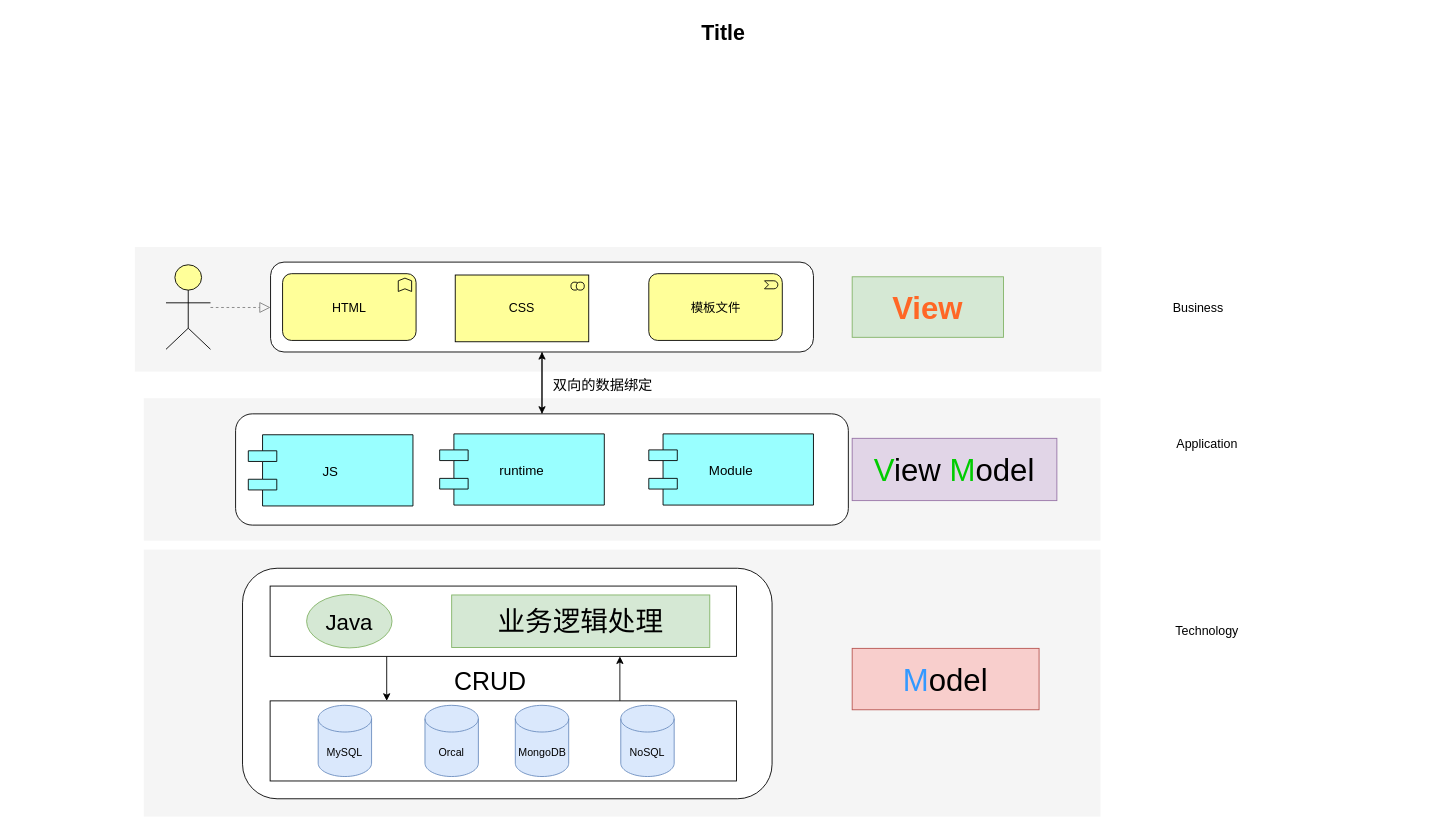
The draw.io diagram 未命名绘图.drawio in Carlotte-yi/resolve, before the edit. Source tidied: cells renumbered, new cells numbered last; positions are measured from the earlier drawing's top-left corner, leaving out a move shared by most shapes. Both pictures are drawn from the tidied source at 89%, with x=0, y=0 at pixel (15, 15).
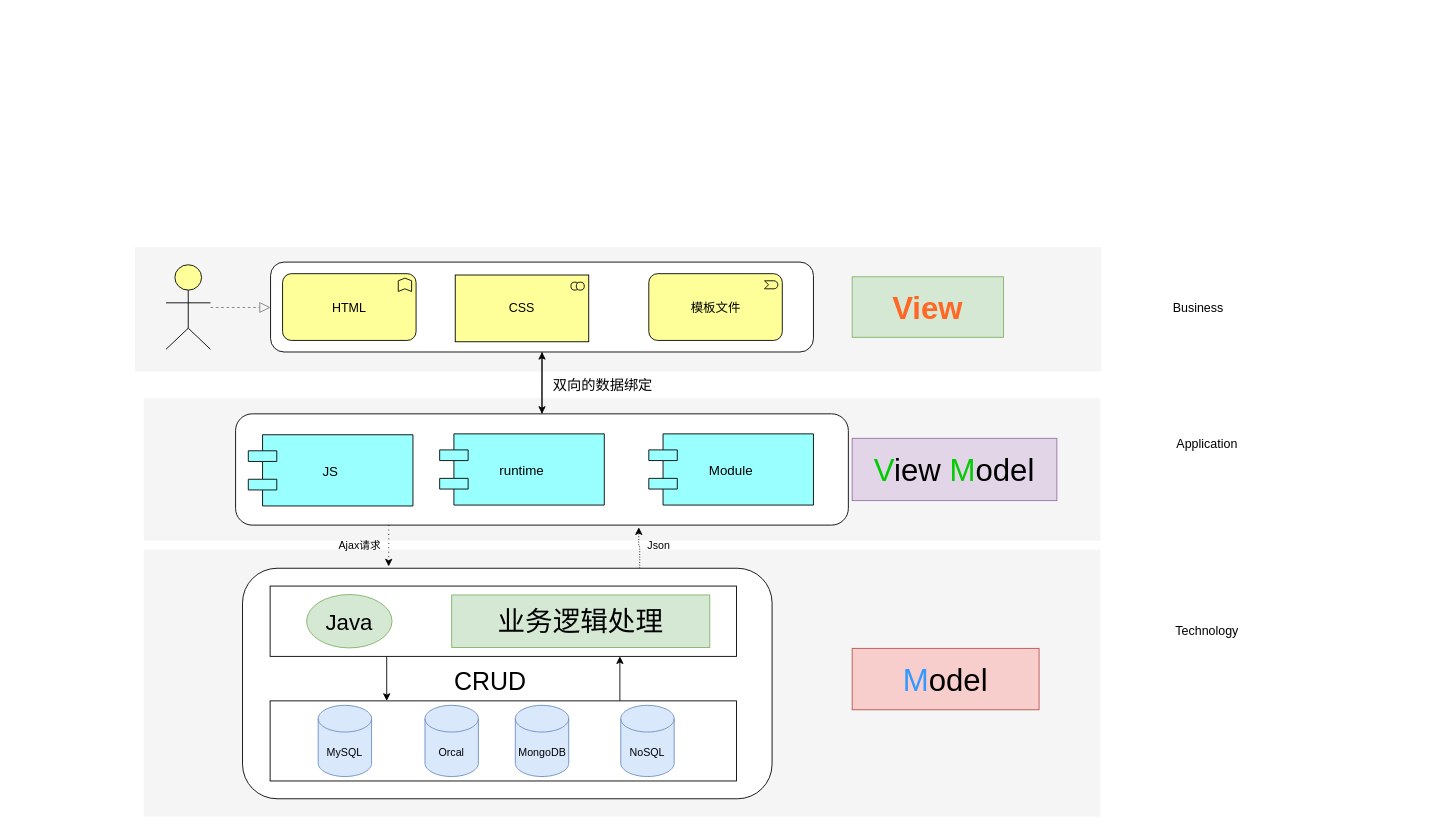
After the change.

Commit message:
更新未命名绘图.drawio

Unchanged cells that the change refers to:
```xml
<mxCell id="6" style="rounded=1;whiteSpace=wrap;html=1;glass=0;" parent="1" vertex="1">
  <mxGeometry x="247.2" y="447.5" width="688.5" height="125" as="geometry" />
</mxCell>
<mxCell id="24" style="rounded=1;whiteSpace=wrap;html=1;" parent="1" vertex="1">
  <mxGeometry x="255" y="621" width="595" height="259" as="geometry" />
</mxCell>
```

What changed in the source:
```diff
@@
+    <mxCell id="37" style="edgeStyle=orthogonalEdgeStyle;rounded=0;jettySize=auto;html=1;exitX=0.25;exitY=1;exitDx=0;exitDy=0;entryX=0.276;entryY=-0.008;entryDx=0;entryDy=0;entryPerimeter=0;dashed=1;dashPattern=1 4;" parent="1" edge="1" source="6" target="24">
+      <mxGeometry relative="1" as="geometry" />
+    </mxCell>
@@
-    <mxCell id="15" value="Title" style="text;strokeColor=none;fillColor=none;html=1;fontSize=24;fontStyle=1;verticalAlign=middle;align=center;" parent="1" vertex="1">
-      <mxGeometry width="1590" height="40" as="geometry" />
-    </mxCell>
@@
+    <mxCell id="38" style="edgeStyle=orthogonalEdgeStyle;rounded=0;jettySize=auto;html=1;exitX=0.75;exitY=0;exitDx=0;exitDy=0;entryX=0.658;entryY=1.02;entryDx=0;entryDy=0;entryPerimeter=0;dashed=1;dashPattern=1 2;" parent="1" edge="1" source="24" target="6">
+      <mxGeometry relative="1" as="geometry" />
+    </mxCell>
@@
+    <mxCell id="39" value="Ajax请求" style="text;html=1;strokeColor=none;fillColor=none;align=center;verticalAlign=middle;whiteSpace=wrap;rounded=0;" parent="1" vertex="1">
+      <mxGeometry x="357" y="581" width="60" height="30" as="geometry" />
+    </mxCell>
+    <mxCell id="40" value="Json" style="text;html=1;strokeColor=none;fillColor=none;align=center;verticalAlign=middle;whiteSpace=wrap;rounded=0;" parent="1" vertex="1">
+      <mxGeometry x="693" y="581" width="60" height="30" as="geometry" />
+    </mxCell>
```
